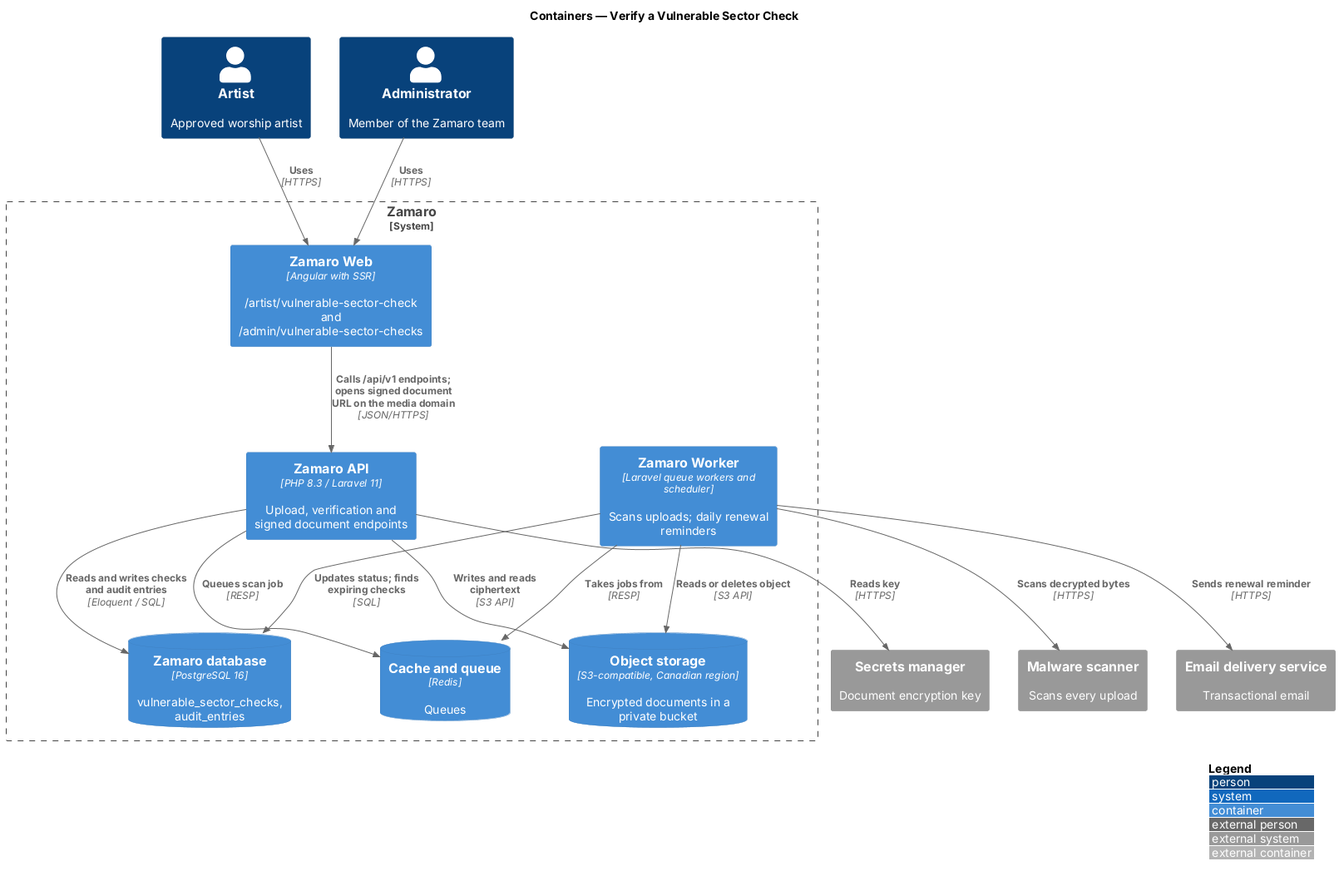
Above: docs/detailed-designs/artist-onboarding/verify-vulnerable-sector-check/diagrams/c4-container.png in QuinntyneBrown/zamaro (PlantUML), before the change.
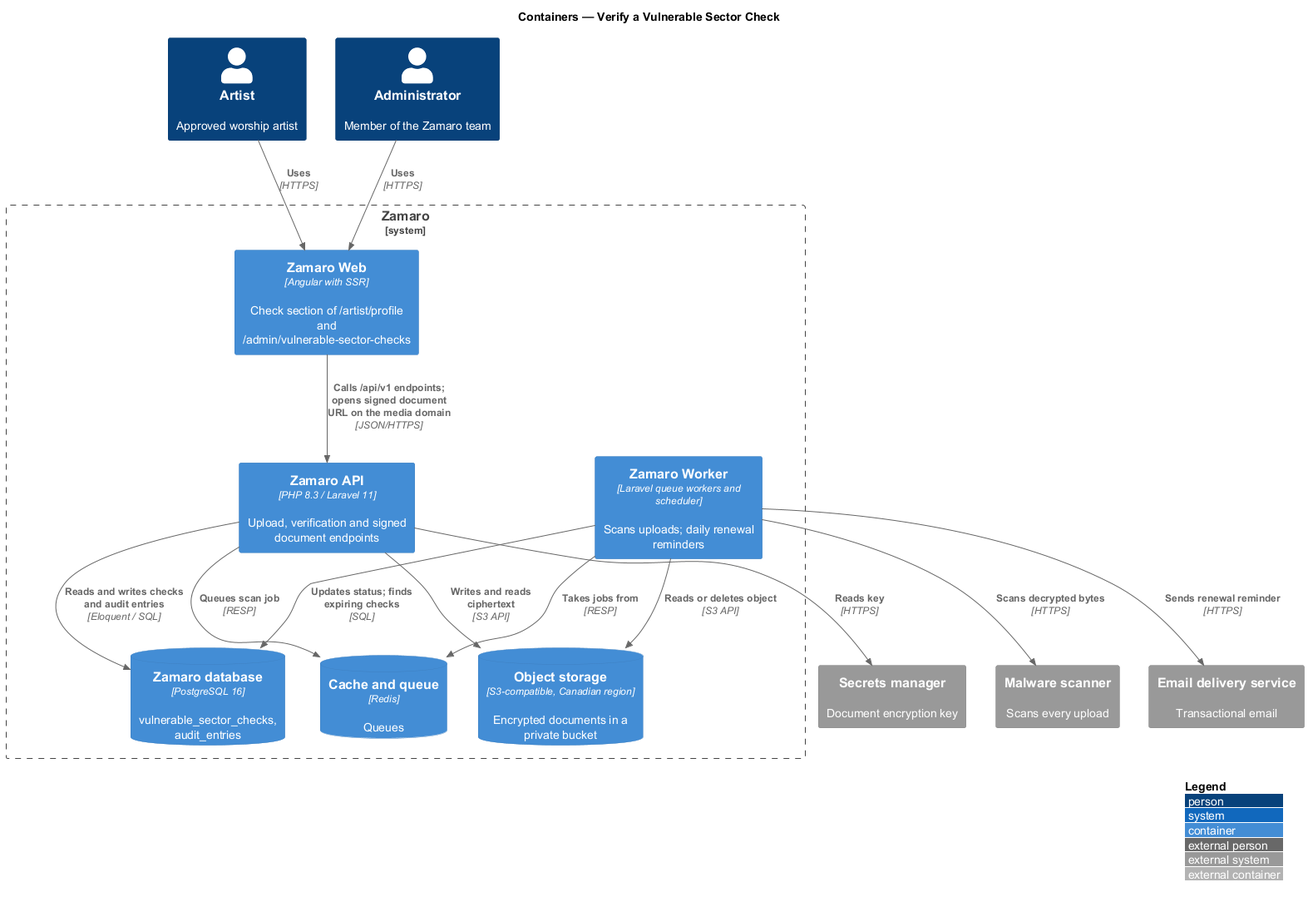
Above is the later version.

The edit, as a diff of the source:
```diff
@@ -9,7 +9,7 @@
 System_Ext(secrets, "Secrets manager", "Document encryption key")
 System_Ext(email, "Email delivery service", "Transactional email")
 System_Boundary(zamaro, "Zamaro") {
-  Container(web, "Zamaro Web", "Angular with SSR", "/artist/vulnerable-sector-check and /admin/vulnerable-sector-checks")
+  Container(web, "Zamaro Web", "Angular with SSR", "Check section of /artist/profile and /admin/vulnerable-sector-checks")
   Container(api, "Zamaro API", "PHP 8.3 / Laravel 11", "Upload, verification and signed document endpoints")
   Container(worker, "Zamaro Worker", "Laravel queue workers and scheduler", "Scans uploads; daily renewal reminders")
   ContainerDb(db, "Zamaro database", "PostgreSQL 16", "vulnerable_sector_checks, audit_entries")
```
